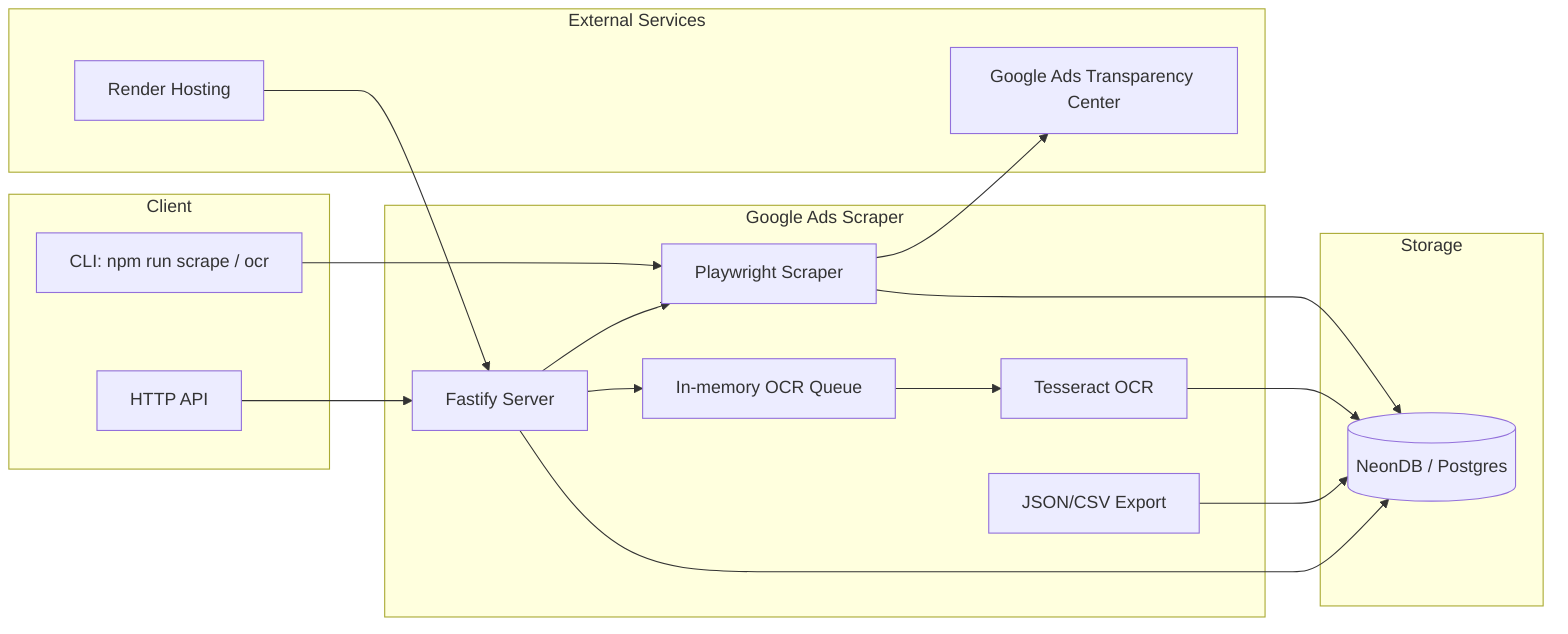
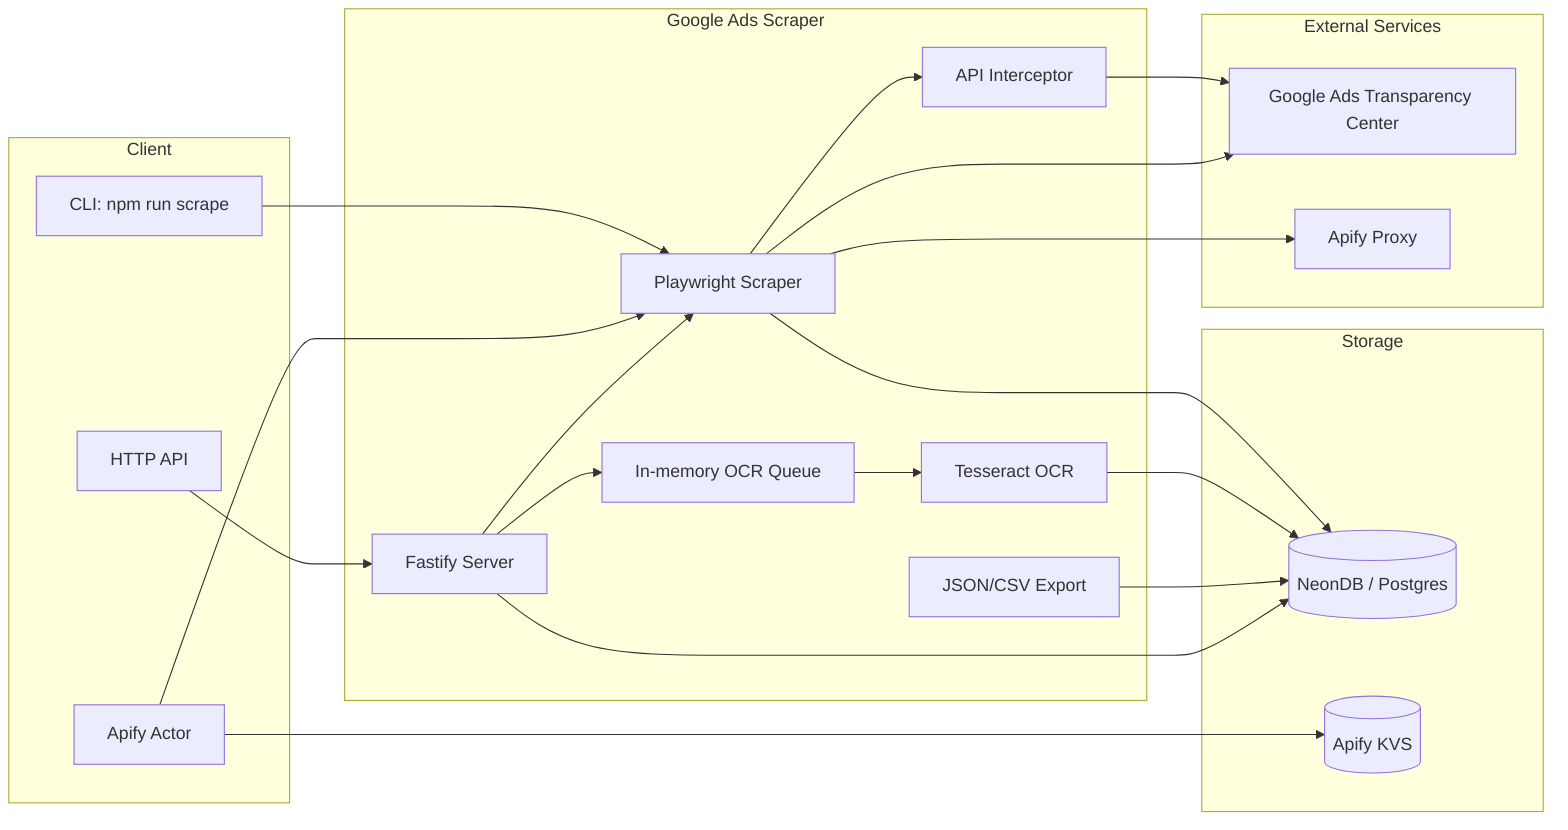
flowchart LR
  subgraph Client
-     CLI[CLI: npm run scrape / ocr]
+     CLI[CLI: npm run scrape]
    API[HTTP API]
+     Actor[Apify Actor]
  end

  subgraph App[Google Ads Scraper]
    Server[Fastify Server]
    Scraper[Playwright Scraper]
+     Interceptor[API Interceptor]
    OCR[Tesseract OCR]
    Queue[In-memory OCR Queue]
    Export[JSON/CSV Export]
  end

  subgraph Data[Storage]
    Neon[(NeonDB / Postgres)]
+     KVS[(Apify KVS)]
  end

  subgraph External[External Services]
    GATC[Google Ads Transparency Center]
-     Render[Render Hosting]
+     Proxy[Apify Proxy]
  end

  CLI --> Scraper
  API --> Server
+   Actor --> Scraper
+   Actor --> KVS
  Server --> Scraper
  Server --> Queue
  Queue --> OCR
+   Scraper --> Interceptor
+   Interceptor --> GATC
  Scraper --> GATC
+   Scraper --> Proxy
  Scraper --> Neon
  OCR --> Neon
  Export --> Neon
  Server --> Neon
-   Render --> Server
